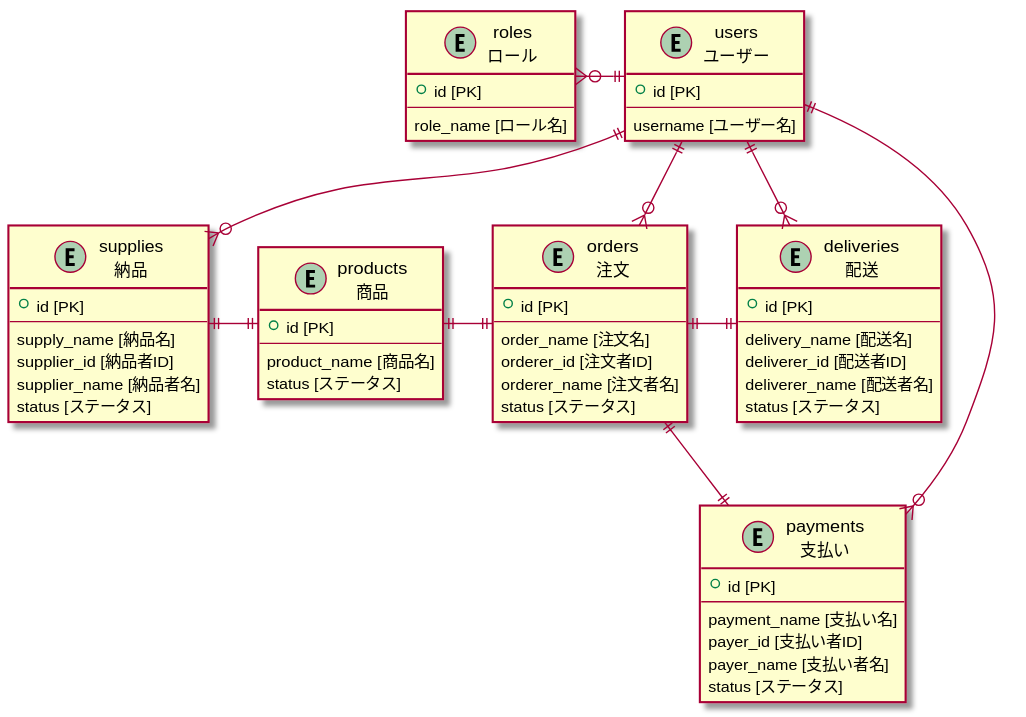
Earlier version of the PlantUML export docs/er/erd.svg (ppdx999/mercarry).
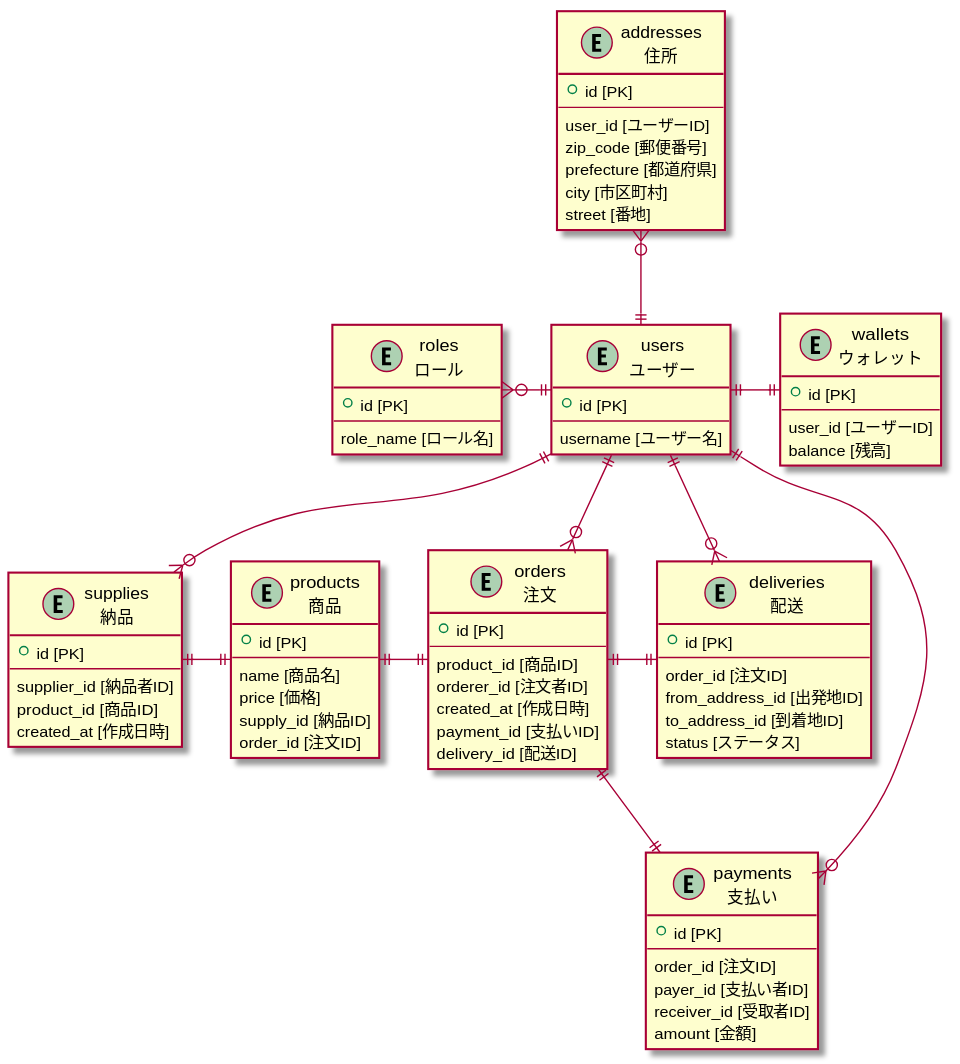
After the change.

Diff of the diagram source:
```diff
@@ -3,6 +3,16 @@
 	+ id [PK]
 	--
 	username [ユーザー名]
+}
+
+entity address as "addresses\n住所" {
+	+ id [PK]
+	--
+	user_id [ユーザーID]
+	zip_code [郵便番号]
+	prefecture [都道府県]
+	city [市区町村]
+	street [番地]
 }
 
 entity roles as "roles\nロール" {
@@ -11,51 +21,62 @@
 	role_name [ロール名]
 }
 
+entity wallets as "wallets\nウォレット" {
+	+ id [PK]
+	--
+	user_id [ユーザーID]
+	balance [残高]
+}
+
 entity supplies as "supplies\n納品" {
 	+ id [PK]
 	--
-	supply_name [納品名]
 	supplier_id [納品者ID]
-	supplier_name [納品者名]
-	status [ステータス]
+	product_id [商品ID]
+	created_at [作成日時]
 }
 
 entity products as "products\n商品" {
 	+ id [PK]
 	--
-	product_name [商品名]
-	status [ステータス]
+	name [商品名]
+	price [価格]
+	supply_id [納品ID]
+	order_id [注文ID]
 }
 
 entity orders as "orders\n注文" {
 	+ id [PK]
 	--
-	order_name [注文名]
+	product_id [商品ID]
 	orderer_id [注文者ID]
-	orderer_name [注文者名]
-	status [ステータス]
+	created_at [作成日時]
+	payment_id [支払いID]
+	delivery_id [配送ID]
 }
 
 entity payments as "payments\n支払い" {
 	+ id [PK]
 	--
-	payment_name [支払い名]
+	order_id [注文ID]
 	payer_id [支払い者ID]
-	payer_name [支払い者名]
-	status [ステータス]
+	receiver_id [受取者ID]
+	amount [金額]
 }
 
 entity deliveries as "deliveries\n配送" {
 	+ id [PK]
 	--
-	delivery_name [配送名]
-	deliverer_id [配送者ID]
-	deliverer_name [配送者名]
+	order_id [注文ID]
+	from_address_id [出発地ID]
+	to_address_id [到着地ID]
 	status [ステータス]
 }
 
 
+users ||-u-o{ address
 users ||-l-o{ roles
+users ||-r-|| wallets
 users ||-d-o{ supplies
 users ||-d-o{ payments
 users ||-d-o{ orders
```
